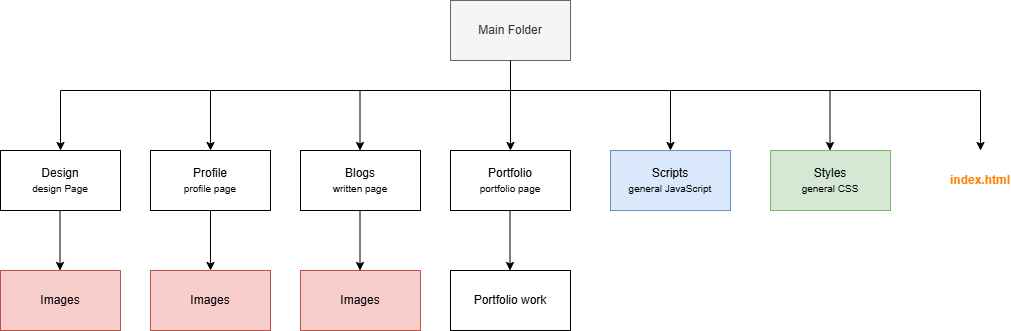
The draw.io diagram images/InformationStructure.png in nthsemboshilowa/DIGA3008A, before a commit. Source tidied: cells renumbered, new cells last; positions are measured from the earlier drawing's top-left corner, leaving out a move shared by most shapes. Its diagram source:
```xml
<mxGraphModel>
  <root>
    <mxCell id="0" />
    <mxCell id="1" parent="0" />
    <mxCell id="2" value="Main Folder" style="rounded=0;whiteSpace=wrap;html=1;fillColor=#f5f5f5;fontColor=#333333;strokeColor=#666666;" parent="1" vertex="1">
      <mxGeometry x="450" width="120" height="60" as="geometry" />
    </mxCell>
    <mxCell id="3" value="Profile&lt;div&gt;&lt;font style=&quot;font-size: 10px;&quot;&gt;profile page&lt;/font&gt;&lt;/div&gt;" style="rounded=0;whiteSpace=wrap;html=1;" parent="1" vertex="1">
      <mxGeometry x="150" y="150" width="120" height="60" as="geometry" />
    </mxCell>
    <mxCell id="4" value="Blogs&lt;div&gt;&lt;font style=&quot;font-size: 10px;&quot;&gt;written page&lt;/font&gt;&lt;/div&gt;" style="rounded=0;whiteSpace=wrap;html=1;" parent="1" vertex="1">
      <mxGeometry x="300" y="150" width="120" height="60" as="geometry" />
    </mxCell>
    <mxCell id="5" value="Scripts&lt;div&gt;&lt;font style=&quot;font-size: 10px;&quot;&gt;general JavaScript&lt;/font&gt;&lt;/div&gt;" style="rounded=0;whiteSpace=wrap;html=1;fillColor=#dae8fc;strokeColor=#6c8ebf;" parent="1" vertex="1">
      <mxGeometry x="610" y="150" width="120" height="60" as="geometry" />
    </mxCell>
    <mxCell id="6" value="Styles&lt;div&gt;&lt;font style=&quot;font-size: 10px;&quot;&gt;general CSS&lt;/font&gt;&lt;/div&gt;" style="rounded=0;whiteSpace=wrap;html=1;fillColor=#d5e8d4;strokeColor=#82b366;" parent="1" vertex="1">
      <mxGeometry x="770" y="150" width="120" height="60" as="geometry" />
    </mxCell>
    <mxCell id="7" value="index.html" style="text;html=1;align=center;verticalAlign=middle;whiteSpace=wrap;rounded=0;fontColor=#FF8000;fontStyle=1;" parent="1" vertex="1">
      <mxGeometry x="950" y="165" width="60" height="30" as="geometry" />
    </mxCell>
    <mxCell id="8" value="Design&lt;div&gt;&lt;font style=&quot;font-size: 10px;&quot;&gt;design Page&lt;/font&gt;&lt;/div&gt;" style="rounded=0;whiteSpace=wrap;html=1;" parent="1" vertex="1">
      <mxGeometry y="150" width="120" height="60" as="geometry" />
    </mxCell>
    <mxCell id="9" value="Portfolio&lt;div&gt;&lt;font style=&quot;font-size: 10px;&quot;&gt;portfolio page&lt;/font&gt;&lt;/div&gt;" style="rounded=0;whiteSpace=wrap;html=1;" parent="1" vertex="1">
      <mxGeometry x="450" y="150" width="120" height="60" as="geometry" />
    </mxCell>
    <mxCell id="10" style="endArrow=none;html=1;rounded=0;" parent="1" edge="1">
      <mxGeometry relative="1" as="geometry">
        <mxPoint x="60" y="90" as="sourcePoint" />
        <mxPoint x="980" y="90" as="targetPoint" />
      </mxGeometry>
    </mxCell>
    <mxCell id="11" style="endArrow=classic;html=1;rounded=0;exitX=0.5;exitY=1;exitDx=0;exitDy=0;entryX=0.5;entryY=0;entryDx=0;entryDy=0;" parent="1" edge="1" source="2" target="9">
      <mxGeometry relative="1" as="geometry" />
    </mxCell>
    <mxCell id="12" style="endArrow=classic;html=1;rounded=0;entryX=0.5;entryY=0;entryDx=0;entryDy=0;" parent="1" edge="1" target="8">
      <mxGeometry relative="1" as="geometry">
        <mxPoint x="60" y="90" as="sourcePoint" />
      </mxGeometry>
    </mxCell>
    <mxCell id="13" style="endArrow=classic;html=1;rounded=0;entryX=0.5;entryY=0;entryDx=0;entryDy=0;" parent="1" edge="1" target="3">
      <mxGeometry relative="1" as="geometry">
        <mxPoint x="210" y="90" as="sourcePoint" />
      </mxGeometry>
    </mxCell>
    <mxCell id="14" style="endArrow=classic;html=1;rounded=0;entryX=0.5;entryY=0;entryDx=0;entryDy=0;" parent="1" edge="1">
      <mxGeometry relative="1" as="geometry">
        <mxPoint x="359.5" y="90" as="sourcePoint" />
        <mxPoint x="359.5" y="150" as="targetPoint" />
      </mxGeometry>
    </mxCell>
    <mxCell id="15" style="endArrow=classic;html=1;rounded=0;entryX=0.5;entryY=0;entryDx=0;entryDy=0;" parent="1" edge="1">
      <mxGeometry relative="1" as="geometry">
        <mxPoint x="670" y="90" as="sourcePoint" />
        <mxPoint x="670" y="150" as="targetPoint" />
      </mxGeometry>
    </mxCell>
    <mxCell id="16" style="endArrow=classic;html=1;rounded=0;entryX=0.5;entryY=0;entryDx=0;entryDy=0;" parent="1" edge="1">
      <mxGeometry relative="1" as="geometry">
        <mxPoint x="829.5" y="90" as="sourcePoint" />
        <mxPoint x="829.5" y="150" as="targetPoint" />
      </mxGeometry>
    </mxCell>
    <mxCell id="17" style="endArrow=classic;html=1;rounded=0;entryX=0.5;entryY=0;entryDx=0;entryDy=0;" parent="1" edge="1">
      <mxGeometry relative="1" as="geometry">
        <mxPoint x="980" y="90" as="sourcePoint" />
        <mxPoint x="980" y="150" as="targetPoint" />
      </mxGeometry>
    </mxCell>
    <mxCell id="18" value="Images" style="rounded=0;whiteSpace=wrap;html=1;fillColor=#f8cecc;strokeColor=#b85450;" parent="1" vertex="1">
      <mxGeometry y="270" width="120" height="60" as="geometry" />
    </mxCell>
    <mxCell id="19" value="Images" style="rounded=0;whiteSpace=wrap;html=1;fillColor=#f8cecc;strokeColor=#b85450;" parent="1" vertex="1">
      <mxGeometry x="150" y="270" width="120" height="60" as="geometry" />
    </mxCell>
    <mxCell id="20" value="Images" style="rounded=0;whiteSpace=wrap;html=1;fillColor=#f8cecc;strokeColor=#b85450;" parent="1" vertex="1">
      <mxGeometry x="300" y="270" width="120" height="60" as="geometry" />
    </mxCell>
    <mxCell id="21" value="Portfolio work" style="rounded=0;whiteSpace=wrap;html=1;" parent="1" vertex="1">
      <mxGeometry x="450" y="270" width="120" height="60" as="geometry" />
    </mxCell>
    <mxCell id="22" style="endArrow=classic;html=1;rounded=0;entryX=0.5;entryY=0;entryDx=0;entryDy=0;" parent="1" edge="1">
      <mxGeometry relative="1" as="geometry">
        <mxPoint x="59.5" y="210" as="sourcePoint" />
        <mxPoint x="59.5" y="270" as="targetPoint" />
      </mxGeometry>
    </mxCell>
    <mxCell id="23" style="endArrow=classic;html=1;rounded=0;entryX=0.5;entryY=0;entryDx=0;entryDy=0;" parent="1" edge="1">
      <mxGeometry relative="1" as="geometry">
        <mxPoint x="210" y="210" as="sourcePoint" />
        <mxPoint x="210" y="270" as="targetPoint" />
      </mxGeometry>
    </mxCell>
    <mxCell id="24" style="endArrow=classic;html=1;rounded=0;entryX=0.5;entryY=0;entryDx=0;entryDy=0;" parent="1" edge="1">
      <mxGeometry relative="1" as="geometry">
        <mxPoint x="359.5" y="210" as="sourcePoint" />
        <mxPoint x="359.5" y="270" as="targetPoint" />
      </mxGeometry>
    </mxCell>
    <mxCell id="25" style="endArrow=classic;html=1;rounded=0;entryX=0.5;entryY=0;entryDx=0;entryDy=0;" parent="1" edge="1">
      <mxGeometry relative="1" as="geometry">
        <mxPoint x="509.5" y="210" as="sourcePoint" />
        <mxPoint x="509.5" y="270" as="targetPoint" />
      </mxGeometry>
    </mxCell>
  </root>
</mxGraphModel>
```
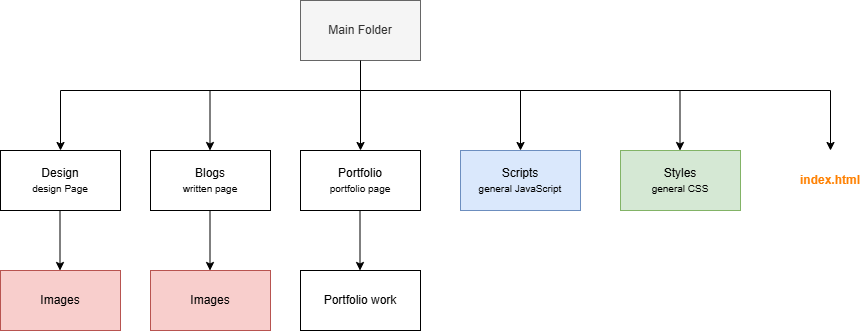
After the change.

Commit message:
Folder Structure — Removed Profile

What changed in the source:
```diff
@@ -5,9 +5,6 @@
     <mxCell id="2" value="Main Folder" style="rounded=0;whiteSpace=wrap;html=1;fillColor=#f5f5f5;fontColor=#333333;strokeColor=#666666;" parent="1" vertex="1">
       <mxGeometry x="450" width="120" height="60" as="geometry" />
     </mxCell>
-    <mxCell id="3" value="Profile&lt;div&gt;&lt;font style=&quot;font-size: 10px;&quot;&gt;profile page&lt;/font&gt;&lt;/div&gt;" style="rounded=0;whiteSpace=wrap;html=1;" parent="1" vertex="1">
-      <mxGeometry x="150" y="150" width="120" height="60" as="geometry" />
-    </mxCell>
     <mxCell id="4" value="Blogs&lt;div&gt;&lt;font style=&quot;font-size: 10px;&quot;&gt;written page&lt;/font&gt;&lt;/div&gt;" style="rounded=0;whiteSpace=wrap;html=1;" parent="1" vertex="1">
       <mxGeometry x="300" y="150" width="120" height="60" as="geometry" />
     </mxCell>
@@ -21,28 +18,24 @@
       <mxGeometry x="950" y="165" width="60" height="30" as="geometry" />
     </mxCell>
     <mxCell id="8" value="Design&lt;div&gt;&lt;font style=&quot;font-size: 10px;&quot;&gt;design Page&lt;/font&gt;&lt;/div&gt;" style="rounded=0;whiteSpace=wrap;html=1;" parent="1" vertex="1">
-      <mxGeometry y="150" width="120" height="60" as="geometry" />
+      <mxGeometry x="150" y="150" width="120" height="60" as="geometry" />
     </mxCell>
     <mxCell id="9" value="Portfolio&lt;div&gt;&lt;font style=&quot;font-size: 10px;&quot;&gt;portfolio page&lt;/font&gt;&lt;/div&gt;" style="rounded=0;whiteSpace=wrap;html=1;" parent="1" vertex="1">
       <mxGeometry x="450" y="150" width="120" height="60" as="geometry" />
     </mxCell>
     <mxCell id="10" style="endArrow=none;html=1;rounded=0;" parent="1" edge="1">
       <mxGeometry relative="1" as="geometry">
-        <mxPoint x="60" y="90" as="sourcePoint" />
+        <mxPoint x="210" y="90" as="sourcePoint" />
         <mxPoint x="980" y="90" as="targetPoint" />
       </mxGeometry>
     </mxCell>
     <mxCell id="11" style="endArrow=classic;html=1;rounded=0;exitX=0.5;exitY=1;exitDx=0;exitDy=0;entryX=0.5;entryY=0;entryDx=0;entryDy=0;" parent="1" edge="1" source="2" target="9">
       <mxGeometry relative="1" as="geometry" />
     </mxCell>
-    <mxCell id="12" style="endArrow=classic;html=1;rounded=0;entryX=0.5;entryY=0;entryDx=0;entryDy=0;" parent="1" edge="1" target="8">
-      <mxGeometry relative="1" as="geometry">
-        <mxPoint x="60" y="90" as="sourcePoint" />
-      </mxGeometry>
-    </mxCell>
-    <mxCell id="13" style="endArrow=classic;html=1;rounded=0;entryX=0.5;entryY=0;entryDx=0;entryDy=0;" parent="1" edge="1" target="3">
+    <mxCell id="13" style="endArrow=classic;html=1;rounded=0;entryX=0.5;entryY=0;entryDx=0;entryDy=0;" parent="1" edge="1">
       <mxGeometry relative="1" as="geometry">
         <mxPoint x="210" y="90" as="sourcePoint" />
+        <mxPoint x="210" y="150" as="targetPoint" />
       </mxGeometry>
     </mxCell>
     <mxCell id="14" style="endArrow=classic;html=1;rounded=0;entryX=0.5;entryY=0;entryDx=0;entryDy=0;" parent="1" edge="1">
@@ -70,11 +63,8 @@
       </mxGeometry>
     </mxCell>
     <mxCell id="18" value="Images" style="rounded=0;whiteSpace=wrap;html=1;fillColor=#f8cecc;strokeColor=#b85450;" parent="1" vertex="1">
-      <mxGeometry y="270" width="120" height="60" as="geometry" />
+      <mxGeometry x="150" y="270" width="120" height="60" as="geometry" />
     </mxCell>
-    <mxCell id="19" value="Images" style="rounded=0;whiteSpace=wrap;html=1;fillColor=#f8cecc;strokeColor=#b85450;" parent="1" vertex="1">
-      <mxGeometry x="150" y="270" width="120" height="60" as="geometry" />
-    </mxCell>
     <mxCell id="20" value="Images" style="rounded=0;whiteSpace=wrap;html=1;fillColor=#f8cecc;strokeColor=#b85450;" parent="1" vertex="1">
       <mxGeometry x="300" y="270" width="120" height="60" as="geometry" />
     </mxCell>
@@ -83,16 +73,10 @@
     </mxCell>
     <mxCell id="22" style="endArrow=classic;html=1;rounded=0;entryX=0.5;entryY=0;entryDx=0;entryDy=0;" parent="1" edge="1">
       <mxGeometry relative="1" as="geometry">
-        <mxPoint x="59.5" y="210" as="sourcePoint" />
-        <mxPoint x="59.5" y="270" as="targetPoint" />
+        <mxPoint x="209.5" y="210" as="sourcePoint" />
+        <mxPoint x="209.5" y="270" as="targetPoint" />
       </mxGeometry>
     </mxCell>
-    <mxCell id="23" style="endArrow=classic;html=1;rounded=0;entryX=0.5;entryY=0;entryDx=0;entryDy=0;" parent="1" edge="1">
-      <mxGeometry relative="1" as="geometry">
-        <mxPoint x="210" y="210" as="sourcePoint" />
-        <mxPoint x="210" y="270" as="targetPoint" />
-      </mxGeometry>
-    </mxCell>
     <mxCell id="24" style="endArrow=classic;html=1;rounded=0;entryX=0.5;entryY=0;entryDx=0;entryDy=0;" parent="1" edge="1">
       <mxGeometry relative="1" as="geometry">
         <mxPoint x="359.5" y="210" as="sourcePoint" />
```
